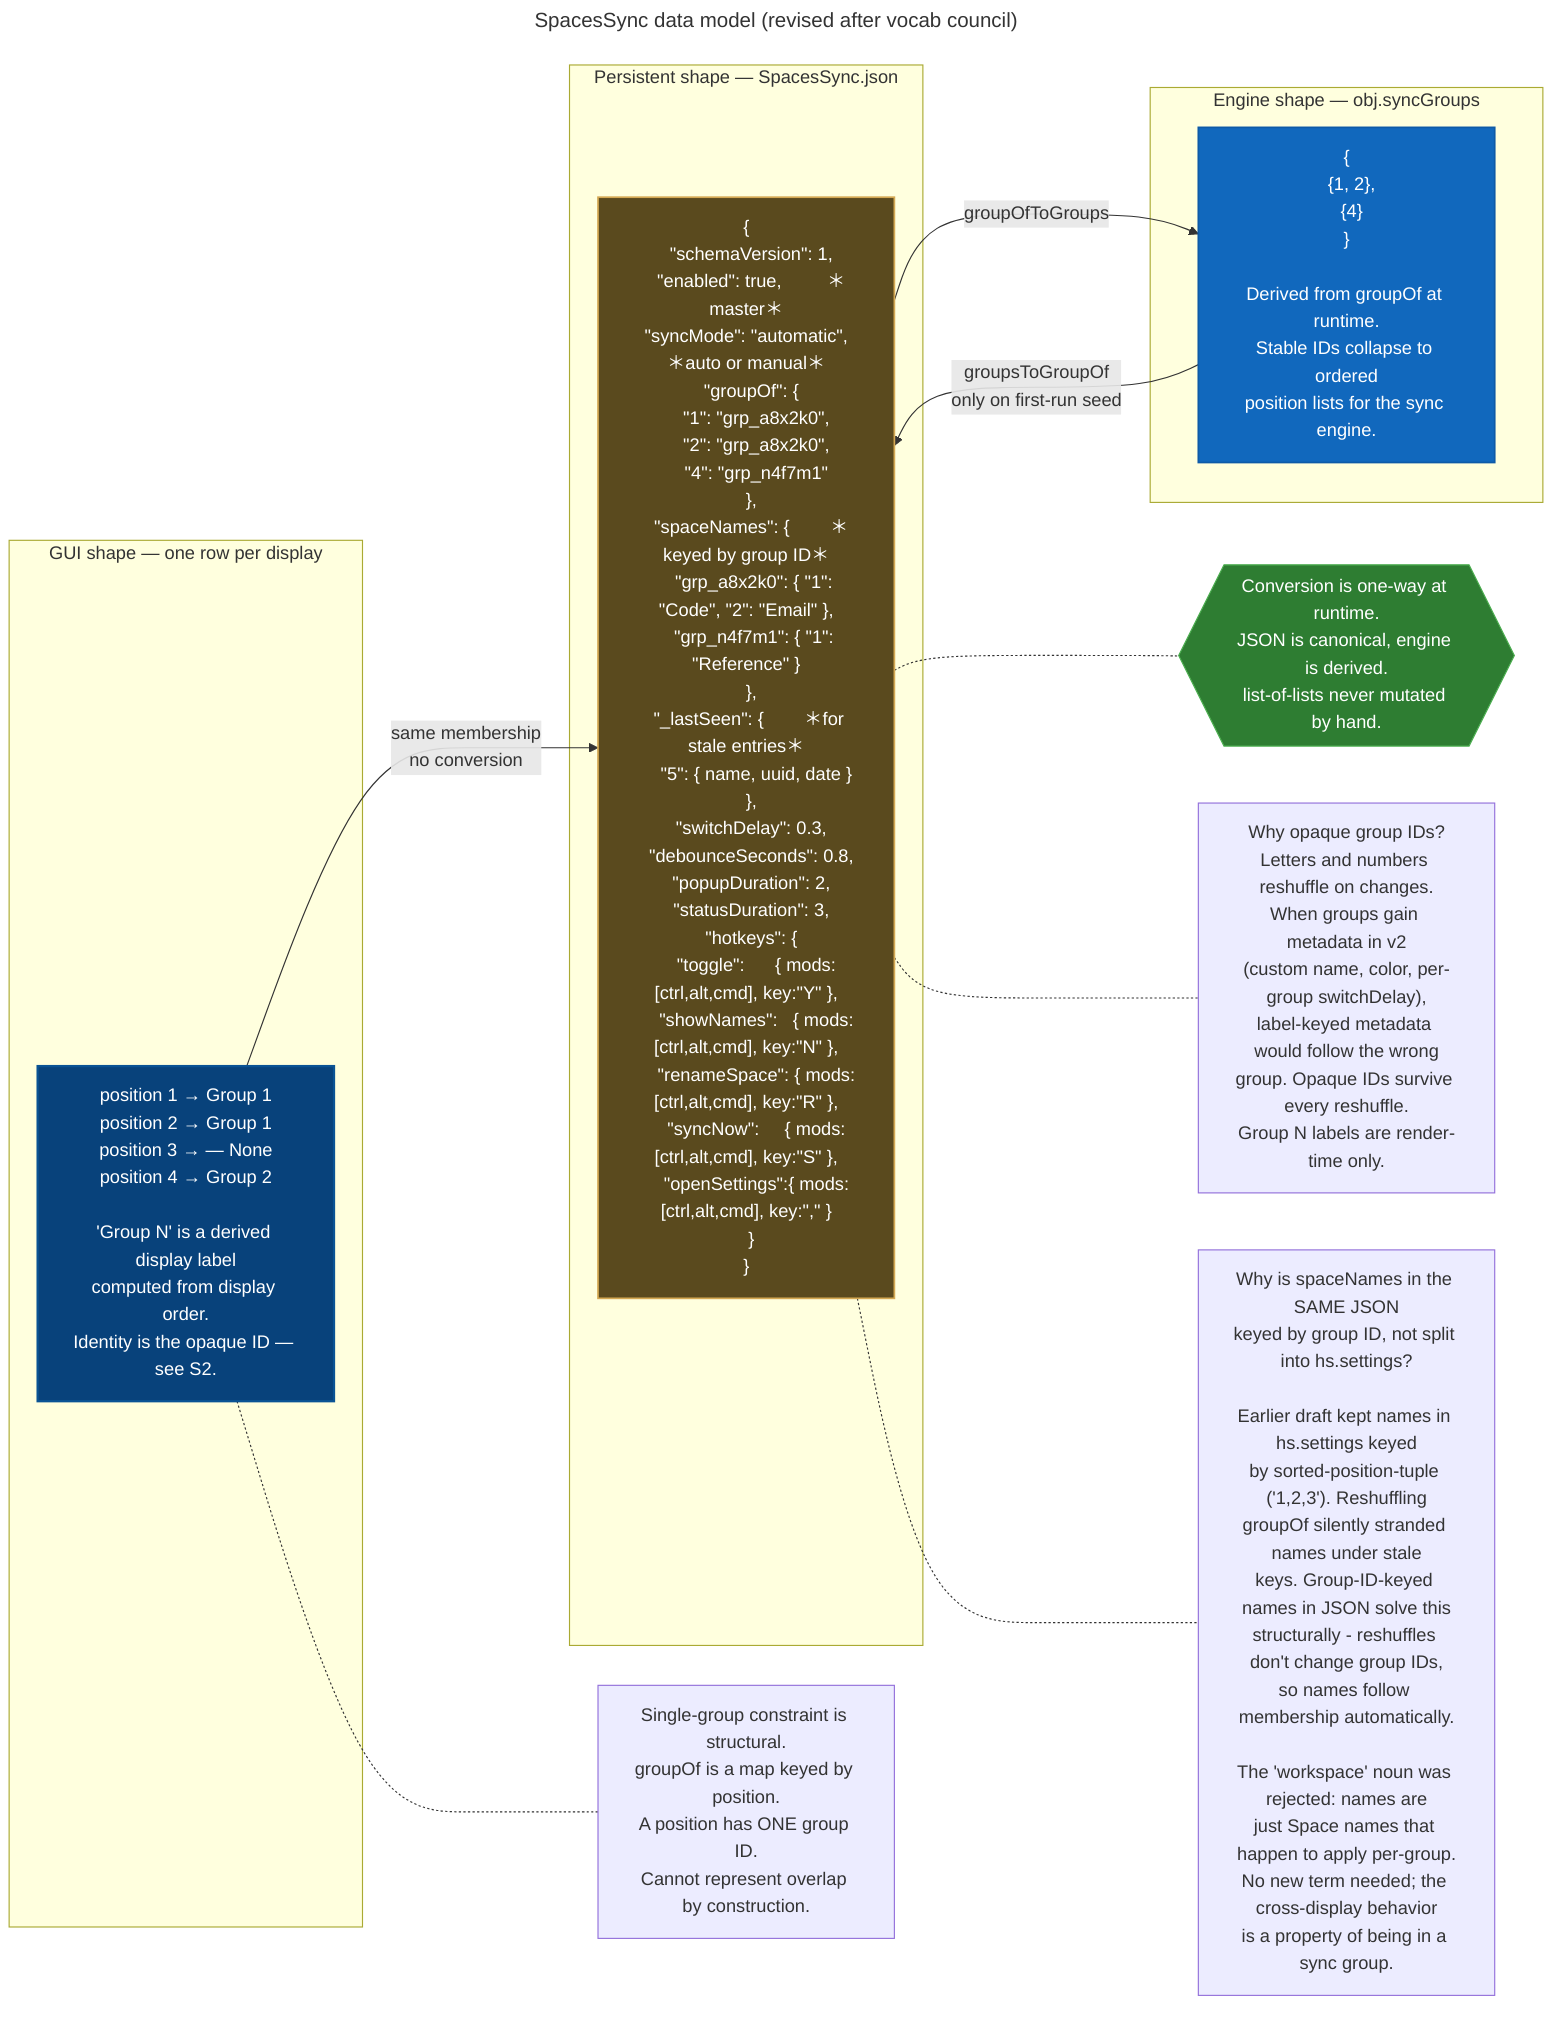
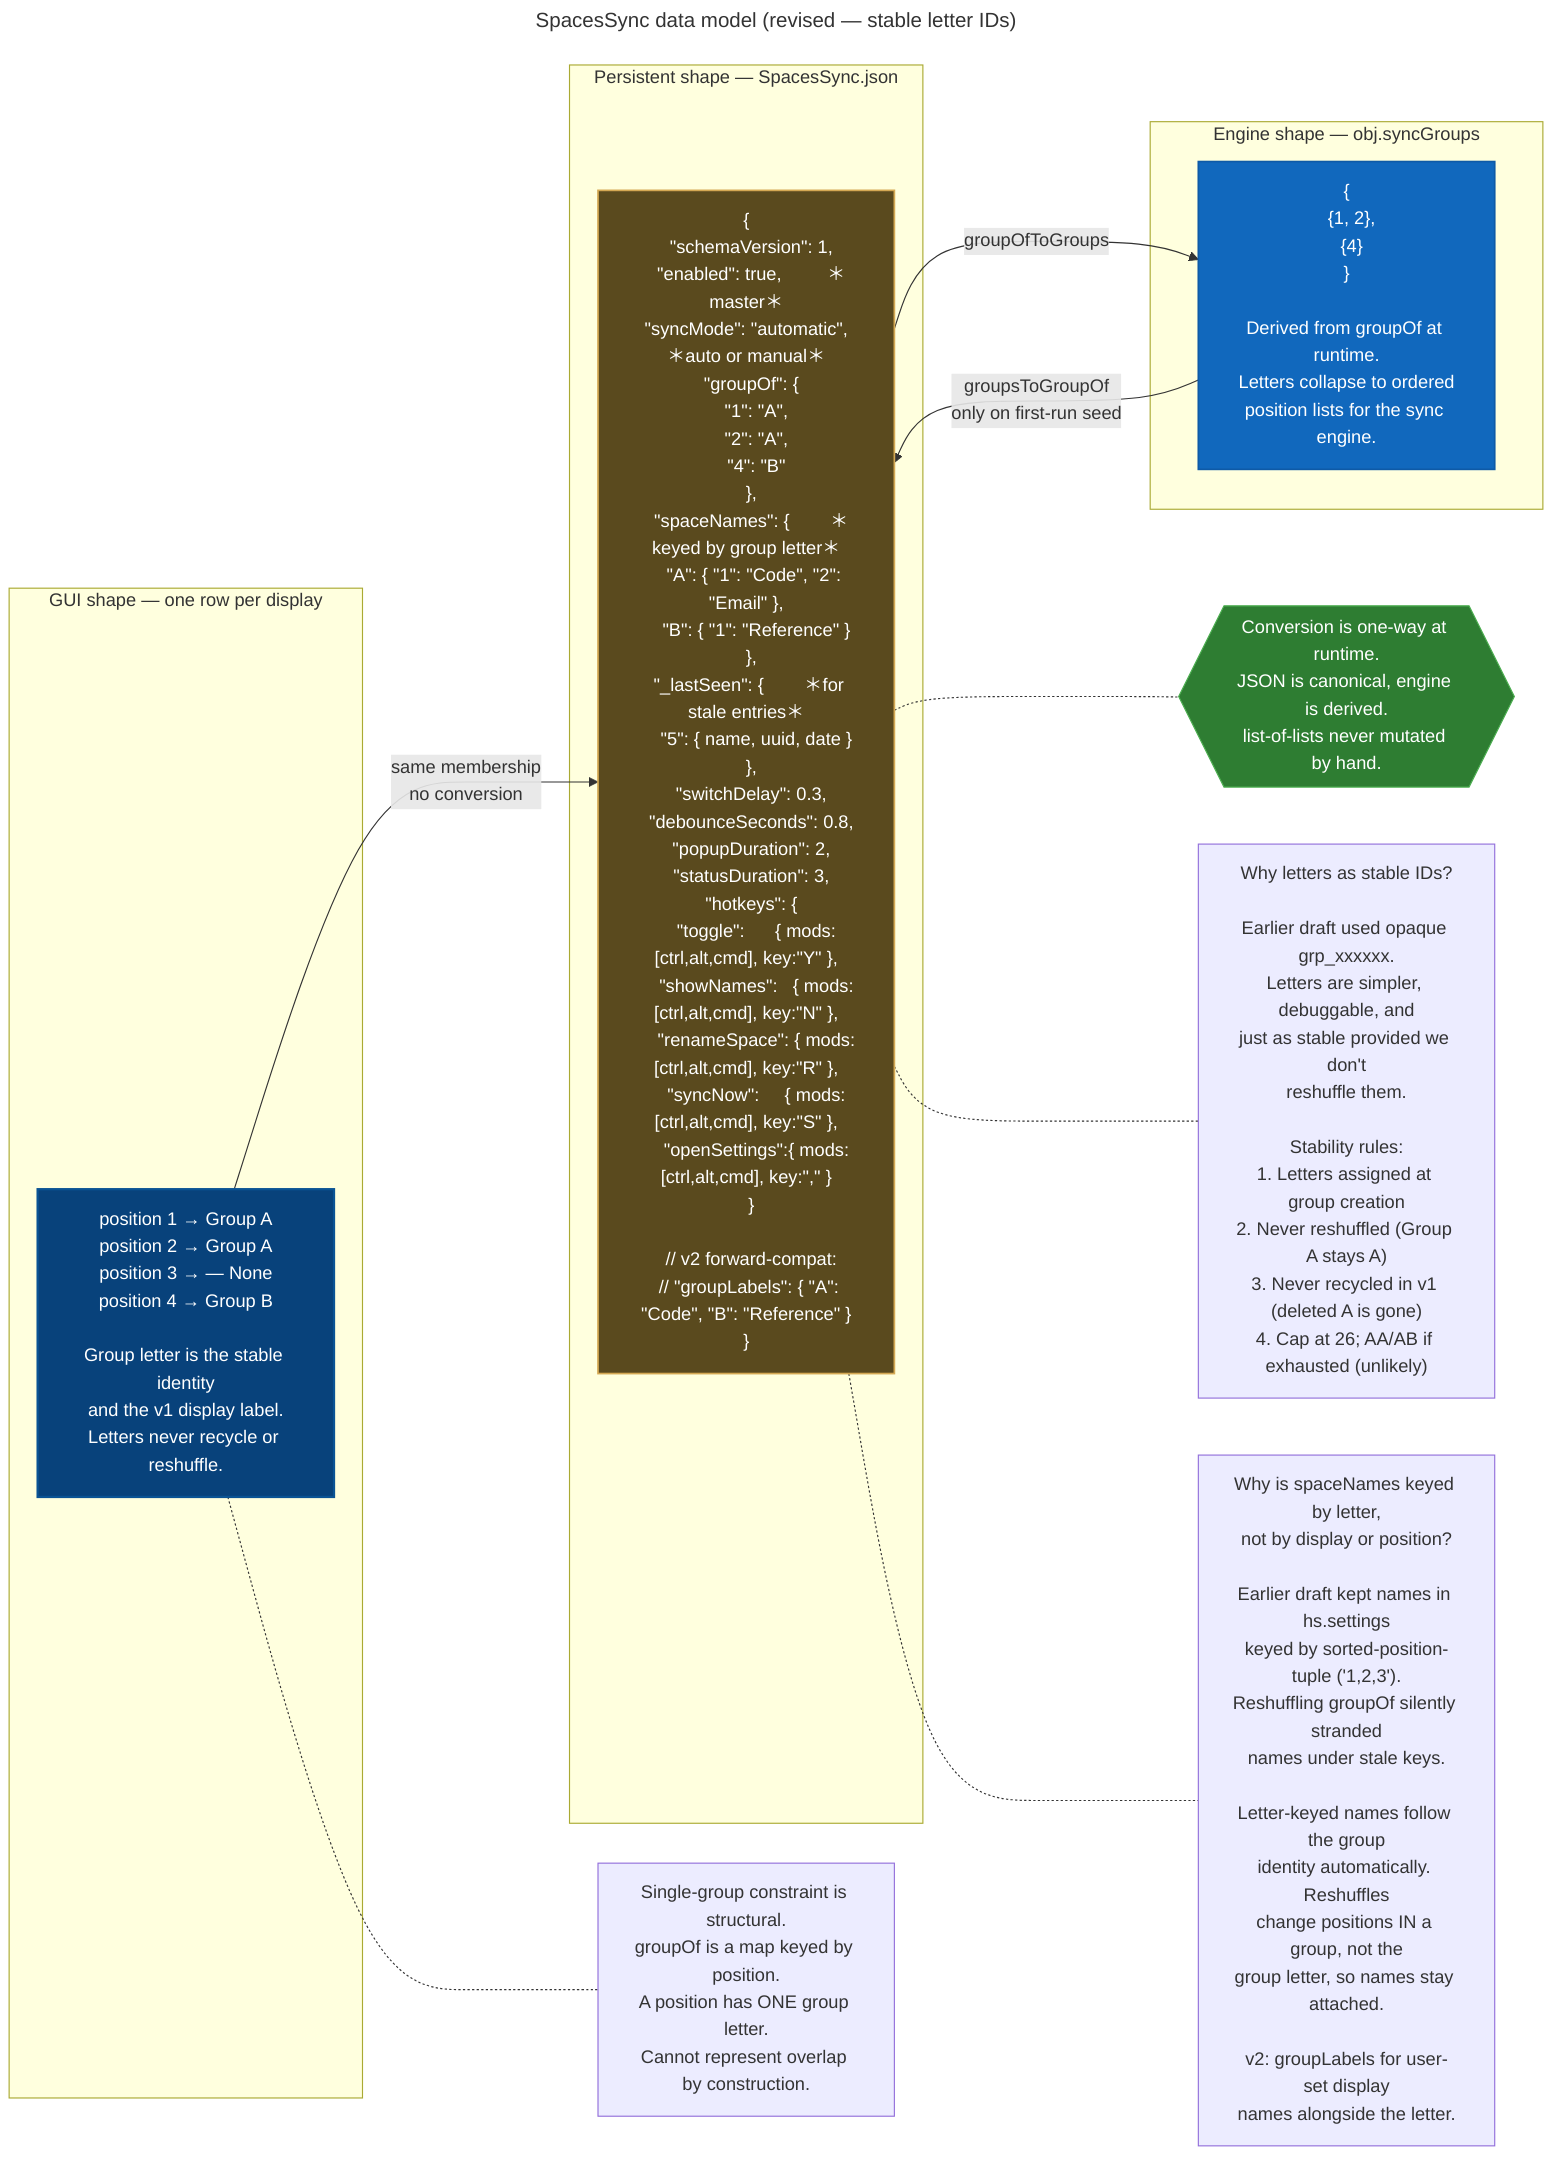
---
- title: SpacesSync data model (revised after vocab council)
+ title: SpacesSync data model (revised — stable letter IDs)
---
flowchart LR
    classDef ui fill:#08427b,stroke:#0a5394,color:#fff,stroke-width:2px
    classDef stored fill:#5a4a1e,stroke:#d4a853,color:#fff,stroke-width:1.5px
    classDef runtime fill:#1168bd,stroke:#0e5aa7,color:#fff,stroke-width:1.5px
    classDef separate fill:#3a2d52,stroke:#7b5fb0,color:#fff,stroke-width:1.5px
    classDef conv fill:#2e7d32,stroke:#4caf50,color:#fff

    subgraph S1 [GUI shape — one row per display]
-         UI["position 1 → Group 1<br/>position 2 → Group 1<br/>position 3 → — None<br/>position 4 → Group 2<br/><br/>'Group N' is a derived display label<br/>computed from display order.<br/>Identity is the opaque ID — see S2."]:::ui
+         UI["position 1 → Group A<br/>position 2 → Group A<br/>position 3 → — None<br/>position 4 → Group B<br/><br/>Group letter is the stable identity<br/>and the v1 display label.<br/>Letters never recycle or reshuffle."]:::ui
    end

    subgraph S2 [Persistent shape — SpacesSync.json]
-         JSON["{<br/>  &quot;schemaVersion&quot;: 1,<br/>  &quot;enabled&quot;: true,         ＊master＊<br/>  &quot;syncMode&quot;: &quot;automatic&quot;,  ＊auto or manual＊<br/>  &quot;groupOf&quot;: {<br/>    &quot;1&quot;: &quot;grp_a8x2k0&quot;,<br/>    &quot;2&quot;: &quot;grp_a8x2k0&quot;,<br/>    &quot;4&quot;: &quot;grp_n4f7m1&quot;<br/>  },<br/>  &quot;spaceNames&quot;: {        ＊keyed by group ID＊<br/>    &quot;grp_a8x2k0&quot;: { &quot;1&quot;: &quot;Code&quot;, &quot;2&quot;: &quot;Email&quot; },<br/>    &quot;grp_n4f7m1&quot;: { &quot;1&quot;: &quot;Reference&quot; }<br/>  },<br/>  &quot;_lastSeen&quot;: {        ＊for stale entries＊<br/>    &quot;5&quot;: { name, uuid, date }<br/>  },<br/>  &quot;switchDelay&quot;: 0.3,<br/>  &quot;debounceSeconds&quot;: 0.8,<br/>  &quot;popupDuration&quot;: 2,<br/>  &quot;statusDuration&quot;: 3,<br/>  &quot;hotkeys&quot;: {<br/>    &quot;toggle&quot;:      { mods:[ctrl,alt,cmd], key:&quot;Y&quot; },<br/>    &quot;showNames&quot;:   { mods:[ctrl,alt,cmd], key:&quot;N&quot; },<br/>    &quot;renameSpace&quot;: { mods:[ctrl,alt,cmd], key:&quot;R&quot; },<br/>    &quot;syncNow&quot;:     { mods:[ctrl,alt,cmd], key:&quot;S&quot; },<br/>    &quot;openSettings&quot;:{ mods:[ctrl,alt,cmd], key:&quot;,&quot; }<br/>  }<br/>}"]:::stored
+         JSON["{<br/>  &quot;schemaVersion&quot;: 1,<br/>  &quot;enabled&quot;: true,         ＊master＊<br/>  &quot;syncMode&quot;: &quot;automatic&quot;,  ＊auto or manual＊<br/>  &quot;groupOf&quot;: {<br/>    &quot;1&quot;: &quot;A&quot;,<br/>    &quot;2&quot;: &quot;A&quot;,<br/>    &quot;4&quot;: &quot;B&quot;<br/>  },<br/>  &quot;spaceNames&quot;: {        ＊keyed by group letter＊<br/>    &quot;A&quot;: { &quot;1&quot;: &quot;Code&quot;, &quot;2&quot;: &quot;Email&quot; },<br/>    &quot;B&quot;: { &quot;1&quot;: &quot;Reference&quot; }<br/>  },<br/>  &quot;_lastSeen&quot;: {        ＊for stale entries＊<br/>    &quot;5&quot;: { name, uuid, date }<br/>  },<br/>  &quot;switchDelay&quot;: 0.3,<br/>  &quot;debounceSeconds&quot;: 0.8,<br/>  &quot;popupDuration&quot;: 2,<br/>  &quot;statusDuration&quot;: 3,<br/>  &quot;hotkeys&quot;: {<br/>    &quot;toggle&quot;:      { mods:[ctrl,alt,cmd], key:&quot;Y&quot; },<br/>    &quot;showNames&quot;:   { mods:[ctrl,alt,cmd], key:&quot;N&quot; },<br/>    &quot;renameSpace&quot;: { mods:[ctrl,alt,cmd], key:&quot;R&quot; },<br/>    &quot;syncNow&quot;:     { mods:[ctrl,alt,cmd], key:&quot;S&quot; },<br/>    &quot;openSettings&quot;:{ mods:[ctrl,alt,cmd], key:&quot;,&quot; }<br/>  }<br/><br/>  // v2 forward-compat:<br/>  // &quot;groupLabels&quot;: { &quot;A&quot;: &quot;Code&quot;, &quot;B&quot;: &quot;Reference&quot; }<br/>}"]:::stored
    end

    subgraph S3 [Engine shape — obj.syncGroups]
-         ENG["{<br/>  {1, 2},<br/>  {4}<br/>}<br/><br/>Derived from groupOf at runtime.<br/>Stable IDs collapse to ordered<br/>position lists for the sync engine."]:::runtime
+         ENG["{<br/>  {1, 2},<br/>  {4}<br/>}<br/><br/>Derived from groupOf at runtime.<br/>Letters collapse to ordered<br/>position lists for the sync engine."]:::runtime
    end

    UI -->|same membership<br/>no conversion| JSON
    JSON -->|groupOfToGroups| ENG
    ENG -->|groupsToGroupOf<br/>only on first-run seed| JSON

    Conv1{{"Conversion is one-way at runtime.<br/>JSON is canonical, engine is derived.<br/>list-of-lists never mutated by hand."}}:::conv

    JSON -.- Conv1

-     Note1["Single-group constraint is structural.<br/>groupOf is a map keyed by position.<br/>A position has ONE group ID.<br/>Cannot represent overlap by construction."]
+     Note1["Single-group constraint is structural.<br/>groupOf is a map keyed by position.<br/>A position has ONE group letter.<br/>Cannot represent overlap by construction."]
    UI -.- Note1

-     Note2["Why opaque group IDs?<br/>Letters and numbers reshuffle on changes.<br/>When groups gain metadata in v2<br/>(custom name, color, per-group switchDelay),<br/>label-keyed metadata would follow the wrong<br/>group. Opaque IDs survive every reshuffle.<br/>Group N labels are render-time only."]
+     Note2["Why letters as stable IDs?<br/><br/>Earlier draft used opaque grp_xxxxxx.<br/>Letters are simpler, debuggable, and<br/>just as stable provided we don't<br/>reshuffle them.<br/><br/>Stability rules:<br/>1. Letters assigned at group creation<br/>2. Never reshuffled (Group A stays A)<br/>3. Never recycled in v1 (deleted A is gone)<br/>4. Cap at 26; AA/AB if exhausted (unlikely)"]
    JSON -.- Note2

-     Note3["Why is spaceNames in the SAME JSON<br/>keyed by group ID, not split into hs.settings?<br/><br/>Earlier draft kept names in hs.settings keyed<br/>by sorted-position-tuple ('1,2,3'). Reshuffling<br/>groupOf silently stranded names under stale<br/>keys. Group-ID-keyed names in JSON solve this<br/>structurally - reshuffles don't change group IDs,<br/>so names follow membership automatically.<br/><br/>The 'workspace' noun was rejected: names are<br/>just Space names that happen to apply per-group.<br/>No new term needed; the cross-display behavior<br/>is a property of being in a sync group."]
+     Note3["Why is spaceNames keyed by letter,<br/>not by display or position?<br/><br/>Earlier draft kept names in hs.settings<br/>keyed by sorted-position-tuple ('1,2,3').<br/>Reshuffling groupOf silently stranded<br/>names under stale keys.<br/><br/>Letter-keyed names follow the group<br/>identity automatically. Reshuffles<br/>change positions IN a group, not the<br/>group letter, so names stay attached.<br/><br/>v2: groupLabels for user-set display<br/>names alongside the letter."]
    JSON -.- Note3
